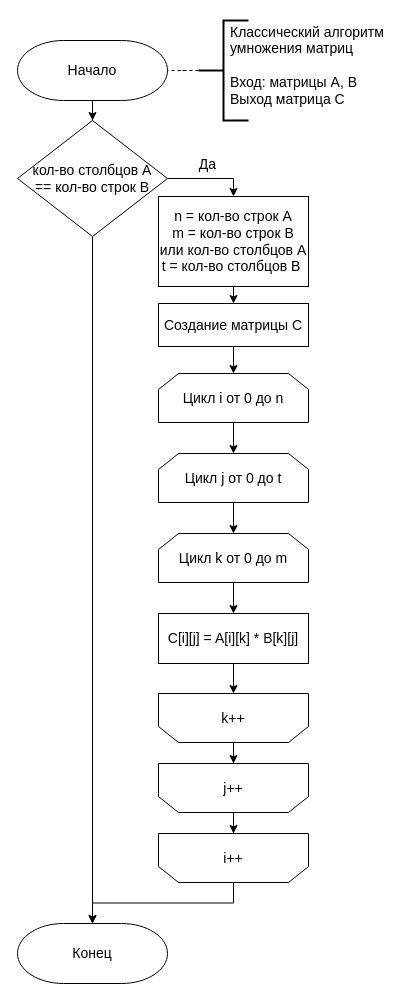
Above: page "Standart" (1 of 5) of lab_02/docs/img/algoritms.drawio in Mansurow/bmstu-iu7-5sem-AA (draw.io), before the change. Source tidied: cells renumbered, new cells numbered last; positions are measured from the earlier drawing's top-left corner, leaving out a move shared by most shapes. Both pictures are drawn from the tidied source at 100%, with x=0, y=0 at pixel (17, 17).
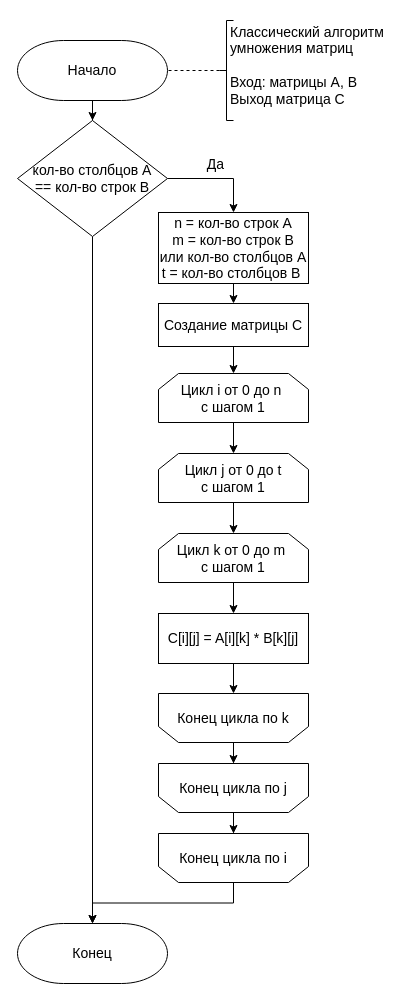
The same diagram, later.

Diff of the diagram source:
```diff
@@
     <mxCell id="9" value="n = кол-во строк A&lt;br style=&quot;font-size: 14px;&quot;&gt;m = кол-во строк B или кол-во столбцов A&lt;br style=&quot;font-size: 14px;&quot;&gt;t = кол-во столбцов B&amp;nbsp;" style="rounded=0;whiteSpace=wrap;html=1;absoluteArcSize=1;arcSize=14;strokeWidth=1;fontSize=14;" parent="1" vertex="1">
-      <mxGeometry x="141" y="179" width="150" height="90" as="geometry" />
+      <mxGeometry x="141" y="195" width="150" height="71" as="geometry" />
     </mxCell>
@@
-    <mxCell id="11" value="&lt;span style=&quot;font-size: 14px;&quot;&gt;Цикл i от 0 до n&lt;/span&gt;" style="shape=loopLimit;whiteSpace=wrap;html=1;fontSize=14;" parent="1" vertex="1">
+    <mxCell id="11" value="&lt;span style=&quot;font-size: 14px;&quot;&gt;Цикл i от 0 до n&amp;nbsp;&lt;br&gt;с шагом 1&lt;br&gt;&lt;/span&gt;" style="shape=loopLimit;whiteSpace=wrap;html=1;fontSize=14;" parent="1" vertex="1">
       <mxGeometry x="141" y="356" width="150" height="49" as="geometry" />
     </mxCell>
@@
-    <mxCell id="13" value="&lt;span style=&quot;font-size: 14px;&quot;&gt;Цикл j от 0 до t&lt;/span&gt;" style="shape=loopLimit;whiteSpace=wrap;html=1;fontSize=14;" parent="1" vertex="1">
+    <mxCell id="13" value="&lt;span style=&quot;font-size: 14px;&quot;&gt;Цикл j от 0 до t&lt;br&gt;с шагом 1&lt;br&gt;&lt;/span&gt;" style="shape=loopLimit;whiteSpace=wrap;html=1;fontSize=14;" parent="1" vertex="1">
       <mxGeometry x="141" y="436" width="150" height="49" as="geometry" />
     </mxCell>
@@
-    <mxCell id="15" value="&lt;span style=&quot;font-size: 14px;&quot;&gt;Цикл k от 0 до m&lt;/span&gt;" style="shape=loopLimit;whiteSpace=wrap;html=1;fontSize=14;" parent="1" vertex="1">
+    <mxCell id="15" value="&lt;span style=&quot;font-size: 14px;&quot;&gt;Цикл k от 0 до m&amp;nbsp;&lt;br&gt;с шагом 1&lt;br&gt;&lt;/span&gt;" style="shape=loopLimit;whiteSpace=wrap;html=1;fontSize=14;" parent="1" vertex="1">
       <mxGeometry x="141" y="516" width="150" height="49" as="geometry" />
     </mxCell>
@@
-    <mxCell id="19" value="i++" style="shape=loopLimit;whiteSpace=wrap;html=1;direction=west;fontSize=14;" parent="1" vertex="1">
+    <mxCell id="19" value="Конец цикла по i" style="shape=loopLimit;whiteSpace=wrap;html=1;direction=west;fontSize=14;" parent="1" vertex="1">
       <mxGeometry x="141" y="816" width="150" height="49" as="geometry" />
     </mxCell>
@@
-    <mxCell id="21" value="&lt;span style=&quot;font-size: 14px;&quot;&gt;j++&lt;/span&gt;" style="shape=loopLimit;whiteSpace=wrap;html=1;direction=west;fontSize=14;" parent="1" vertex="1">
+    <mxCell id="21" value="Конец цикла по j" style="shape=loopLimit;whiteSpace=wrap;html=1;direction=west;fontSize=14;" parent="1" vertex="1">
       <mxGeometry x="141" y="746" width="150" height="49" as="geometry" />
     </mxCell>
@@
-    <mxCell id="23" value="&lt;span style=&quot;font-size: 14px;&quot;&gt;k++&lt;/span&gt;" style="shape=loopLimit;whiteSpace=wrap;html=1;direction=west;fontSize=14;" parent="1" vertex="1">
+    <mxCell id="23" value="Конец цикла по k" style="shape=loopLimit;whiteSpace=wrap;html=1;direction=west;fontSize=14;" parent="1" vertex="1">
       <mxGeometry x="141" y="676" width="150" height="49" as="geometry" />
     </mxCell>
@@
-    <mxCell id="26" style="strokeWidth=2;html=1;shape=mxgraph.flowchart.annotation_2;align=left;labelPosition=right;fontSize=14;" parent="1" vertex="1">
-      <mxGeometry x="181" y="3" width="50" height="100" as="geometry" />
+    <mxCell id="26" style="strokeWidth=1;html=1;shape=mxgraph.flowchart.annotation_2;align=left;labelPosition=right;fontSize=14;" parent="1" vertex="1">
+      <mxGeometry x="202" y="3" width="14" height="100" as="geometry" />
     </mxCell>
```
